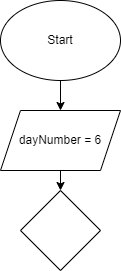
This is Lesson02/Task03/ex.drawio.png from Gladun-D/Seminar1C, a draw.io export, as it was before one commit. Source tidied: cells renumbered, new cells last; positions are measured from the earlier drawing's top-left corner, leaving out a move shared by most shapes. The source it was exported from:
```xml
<mxGraphModel>
  <root>
    <mxCell id="0" />
    <mxCell id="1" parent="0" />
    <mxCell id="2" style="edgeStyle=none;html=1;entryX=0.5;entryY=0;entryDx=0;entryDy=0;" parent="1" edge="1" source="3" target="5">
      <mxGeometry relative="1" as="geometry" />
    </mxCell>
    <mxCell id="3" value="Start" style="ellipse;whiteSpace=wrap;html=1;" parent="1" vertex="1">
      <mxGeometry width="120" height="80" as="geometry" />
    </mxCell>
    <mxCell id="4" style="edgeStyle=none;html=1;" parent="1" edge="1" source="5" target="6">
      <mxGeometry relative="1" as="geometry" />
    </mxCell>
    <mxCell id="5" value="dayNumber = 6" style="shape=parallelogram;perimeter=parallelogramPerimeter;whiteSpace=wrap;html=1;fixedSize=1;" parent="1" vertex="1">
      <mxGeometry y="110" width="120" height="60" as="geometry" />
    </mxCell>
    <mxCell id="6" style="rhombus;whiteSpace=wrap;html=1;" parent="1" vertex="1">
      <mxGeometry x="20" y="190" width="80" height="80" as="geometry" />
    </mxCell>
  </root>
</mxGraphModel>
```
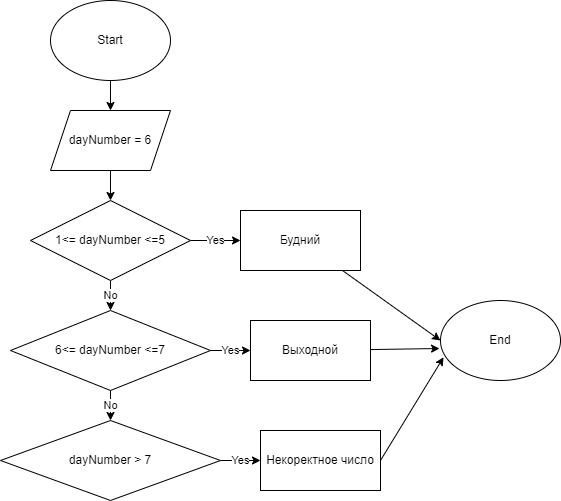
Above is the later version.

What changed in the source:
```diff
@@ -14,8 +14,50 @@
     <mxCell id="5" value="dayNumber = 6" style="shape=parallelogram;perimeter=parallelogramPerimeter;whiteSpace=wrap;html=1;fixedSize=1;" parent="1" vertex="1">
       <mxGeometry y="110" width="120" height="60" as="geometry" />
     </mxCell>
+    <mxCell id="7" value="No" style="edgeStyle=none;html=1;" parent="1" edge="1" source="6" target="11">
+      <mxGeometry relative="1" as="geometry" />
+    </mxCell>
+    <mxCell id="8" value="Yes" style="edgeStyle=none;html=1;" parent="1" edge="1" source="6" target="15">
+      <mxGeometry relative="1" as="geometry" />
+    </mxCell>
-    <mxCell id="6" style="rhombus;whiteSpace=wrap;html=1;" parent="1" vertex="1">
-      <mxGeometry x="20" y="190" width="80" height="80" as="geometry" />
+    <mxCell id="6" value="1&amp;lt;= dayNumber &amp;lt;=5" style="rhombus;whiteSpace=wrap;html=1;" parent="1" vertex="1">
+      <mxGeometry x="-20" y="200" width="160" height="80" as="geometry" />
     </mxCell>
+    <mxCell id="9" value="No" style="edgeStyle=none;html=1;" parent="1" edge="1" source="11" target="13">
+      <mxGeometry relative="1" as="geometry" />
+    </mxCell>
+    <mxCell id="10" value="Yes" style="edgeStyle=none;html=1;" parent="1" edge="1" source="11" target="17">
+      <mxGeometry relative="1" as="geometry" />
+    </mxCell>
+    <mxCell id="11" value="&lt;span&gt;6&amp;lt;= dayNumber &amp;lt;=7&lt;/span&gt;" style="rhombus;whiteSpace=wrap;html=1;" parent="1" vertex="1">
+      <mxGeometry x="-40" y="310" width="200" height="80" as="geometry" />
+    </mxCell>
+    <mxCell id="12" value="Yes" style="edgeStyle=none;html=1;" parent="1" edge="1" source="13" target="19">
+      <mxGeometry relative="1" as="geometry" />
+    </mxCell>
+    <mxCell id="13" value="&lt;span&gt;dayNumber &amp;gt; 7&lt;/span&gt;" style="rhombus;whiteSpace=wrap;html=1;" parent="1" vertex="1">
+      <mxGeometry x="-50" y="420" width="220" height="80" as="geometry" />
+    </mxCell>
+    <mxCell id="14" style="edgeStyle=none;html=1;entryX=0;entryY=0.5;entryDx=0;entryDy=0;" parent="1" edge="1" source="15" target="20">
+      <mxGeometry relative="1" as="geometry" />
+    </mxCell>
+    <mxCell id="15" value="Будний" style="whiteSpace=wrap;html=1;" parent="1" vertex="1">
+      <mxGeometry x="190" y="210" width="120" height="60" as="geometry" />
+    </mxCell>
+    <mxCell id="16" style="edgeStyle=none;html=1;entryX=-0.008;entryY=0.6;entryDx=0;entryDy=0;entryPerimeter=0;" parent="1" edge="1" source="17" target="20">
+      <mxGeometry relative="1" as="geometry" />
+    </mxCell>
+    <mxCell id="17" value="Выходной" style="whiteSpace=wrap;html=1;" parent="1" vertex="1">
+      <mxGeometry x="200" y="320" width="120" height="60" as="geometry" />
+    </mxCell>
+    <mxCell id="18" style="edgeStyle=none;html=1;entryX=0.025;entryY=0.71;entryDx=0;entryDy=0;entryPerimeter=0;exitX=1;exitY=0.5;exitDx=0;exitDy=0;" parent="1" edge="1" source="19" target="20">
+      <mxGeometry relative="1" as="geometry" />
+    </mxCell>
+    <mxCell id="19" value="Некоректное число" style="whiteSpace=wrap;html=1;" parent="1" vertex="1">
+      <mxGeometry x="210" y="430" width="120" height="60" as="geometry" />
+    </mxCell>
+    <mxCell id="20" value="End" style="ellipse;whiteSpace=wrap;html=1;" parent="1" vertex="1">
+      <mxGeometry x="390" y="300" width="120" height="80" as="geometry" />
+    </mxCell>
   </root>
 </mxGraphModel>
```
